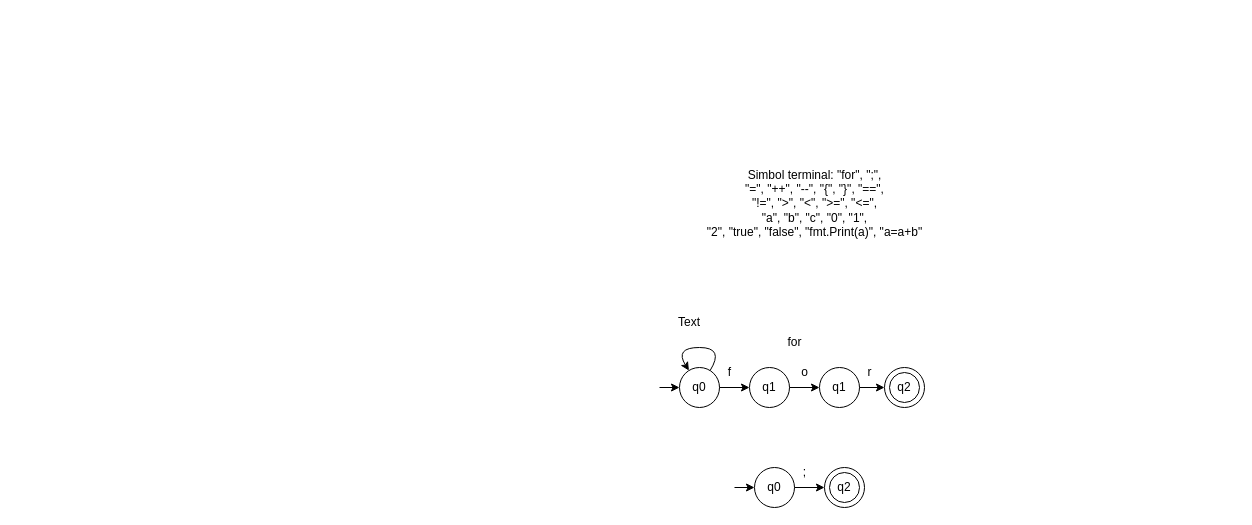
Above: finite_automata.drawio in Fikri645/tubes-tba (draw.io), before the change. Source tidied: cells renumbered, new cells numbered last; positions are measured from the earlier drawing's top-left corner, leaving out a move shared by most shapes. Both pictures are drawn from the tidied source at 100%, with x=0, y=0 at pixel (659, 147).
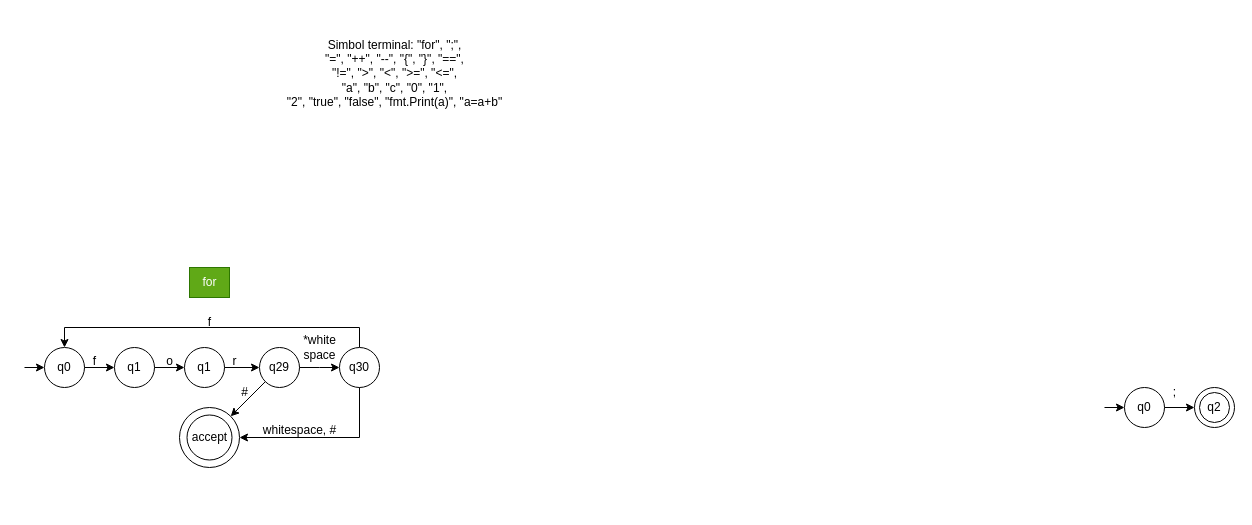
Above is the later version.

The edit, as a diff of the source:
```diff
@@
     <mxCell id="2" value="q0" style="ellipse;whiteSpace=wrap;html=1;" parent="1" vertex="1">
-      <mxGeometry x="20" y="220" width="40" height="40" as="geometry" />
+      <mxGeometry x="-615" y="200" width="40" height="40" as="geometry" />
     </mxCell>
     <mxCell id="3" value="q1" style="ellipse;whiteSpace=wrap;html=1;" parent="1" vertex="1">
-      <mxGeometry x="90" y="220" width="40" height="40" as="geometry" />
+      <mxGeometry x="-545" y="200" width="40" height="40" as="geometry" />
     </mxCell>
-    <mxCell id="4" style="group;" parent="1" vertex="1">
-      <mxGeometry x="225" y="220" width="40" height="40" as="geometry" />
-    </mxCell>
-    <mxCell id="5" style="ellipse;whiteSpace=wrap;html=1;" parent="4" vertex="1">
-      <mxGeometry width="40" height="40" as="geometry" />
-    </mxCell>
-    <mxCell id="6" value="q2" style="ellipse;whiteSpace=wrap;html=1;" parent="4" vertex="1">
-      <mxGeometry x="5" y="5" width="30" height="30" as="geometry" />
-    </mxCell>
     <mxCell id="7" style="endArrow=classic;html=1;rounded=0;" parent="1" edge="1" source="2">
       <mxGeometry relative="1" as="geometry">
-        <mxPoint x="90" y="240" as="targetPoint" />
+        <mxPoint x="-545" y="220" as="targetPoint" />
       </mxGeometry>
     </mxCell>
     <mxCell id="8" value="f" style="text;html=1;align=center;verticalAlign=middle;strokeColor=none;fillColor=none;" parent="1" vertex="1">
-      <mxGeometry x="55" y="210" width="30" height="30" as="geometry" />
+      <mxGeometry x="-580" y="199" width="30" height="30" as="geometry" />
     </mxCell>
-    <mxCell id="9" value="for" style="text;html=1;align=center;verticalAlign=middle;strokeColor=none;fillColor=none;" parent="1" vertex="1">
-      <mxGeometry x="115" y="180" width="40" height="30" as="geometry" />
+    <mxCell id="9" value="for" style="text;html=1;align=center;verticalAlign=middle;strokeColor=#2D7600;fillColor=#60a917;fontColor=#ffffff;" parent="1" vertex="1">
+      <mxGeometry x="-470" y="120" width="40" height="30" as="geometry" />
     </mxCell>
     <mxCell id="10" style="endArrow=classic;html=1;rounded=0;" parent="1" edge="1" target="2">
       <mxGeometry relative="1" as="geometry">
-        <mxPoint y="240" as="sourcePoint" />
+        <mxPoint x="-635" y="220" as="sourcePoint" />
       </mxGeometry>
     </mxCell>
@@
     <mxCell id="12" value="o" style="text;html=1;align=center;verticalAlign=middle;strokeColor=none;fillColor=none;" parent="1" vertex="1">
-      <mxGeometry x="130" y="210" width="30" height="30" as="geometry" />
+      <mxGeometry x="-505" y="199" width="30" height="30" as="geometry" />
     </mxCell>
     <mxCell id="13" value="q1" style="ellipse;whiteSpace=wrap;html=1;" parent="1" vertex="1">
-      <mxGeometry x="160" y="220" width="40" height="40" as="geometry" />
+      <mxGeometry x="-475" y="200" width="40" height="40" as="geometry" />
     </mxCell>
-    <mxCell id="14" style="endArrow=classic;html=1;rounded=0;" parent="1" edge="1" source="13" target="5">
+    <mxCell id="14" style="endArrow=classic;html=1;rounded=0;" parent="1" edge="1" source="13" target="26">
       <mxGeometry relative="1" as="geometry" />
     </mxCell>
     <mxCell id="15" value="r" style="text;html=1;align=center;verticalAlign=middle;strokeColor=none;fillColor=none;" parent="1" vertex="1">
-      <mxGeometry x="195" y="210" width="30" height="30" as="geometry" />
+      <mxGeometry x="-440" y="199" width="30" height="30" as="geometry" />
     </mxCell>
     <mxCell id="16" value="q0" style="ellipse;whiteSpace=wrap;html=1;" parent="1" vertex="1">
-      <mxGeometry x="95" y="320" width="40" height="40" as="geometry" />
+      <mxGeometry x="465" y="240" width="40" height="40" as="geometry" />
     </mxCell>
     <mxCell id="17" style="group;" parent="1" vertex="1">
-      <mxGeometry x="165" y="320" width="40" height="40" as="geometry" />
+      <mxGeometry x="535" y="240" width="40" height="40" as="geometry" />
     </mxCell>
@@
     <mxCell id="21" value=";" style="text;html=1;align=center;verticalAlign=middle;strokeColor=none;fillColor=none;" parent="1" vertex="1">
-      <mxGeometry x="130" y="310" width="30" height="30" as="geometry" />
+      <mxGeometry x="500" y="230" width="30" height="30" as="geometry" />
     </mxCell>
     <mxCell id="22" style="endArrow=classic;html=1;rounded=0;" parent="1" edge="1" target="16">
       <mxGeometry relative="1" as="geometry">
-        <mxPoint x="75" y="340" as="sourcePoint" />
+        <mxPoint x="445" y="260" as="sourcePoint" />
       </mxGeometry>
     </mxCell>
     <mxCell id="23" value="&lt;p style=&quot;margin-bottom:0cm&quot; class=&quot;MsoNormal&quot;&gt;Simbol terminal: &quot;for&quot;, &quot;;&quot;,&lt;br/&gt;&quot;=&quot;, &quot;++&quot;, &quot;--&quot;, &quot;{&quot;, &quot;}&quot;, &quot;==&quot;,&lt;br/&gt;&quot;!=&quot;, &quot;&amp;gt;&quot;, &quot;&amp;lt;&quot;, &quot;&amp;gt;=&quot;, &quot;&amp;lt;=&quot;,&lt;br/&gt;&quot;a&quot;, &quot;b&quot;, &quot;c&quot;, &quot;0&quot;, &quot;1&quot;,&lt;br/&gt;&quot;2&quot;, &quot;true&quot;, &quot;false&quot;, &quot;fmt.Print(a)&quot;, &quot;a=a+b&quot;&lt;/p&gt;" style="text;html=1;align=center;verticalAlign=middle;strokeColor=none;fillColor=none;" parent="1" vertex="1">
-      <mxGeometry x="35" width="240" height="100" as="geometry" />
+      <mxGeometry x="-385" y="-130" width="240" height="100" as="geometry" />
     </mxCell>
-    <mxCell id="24" style="curved=1;endArrow=classic;html=1;rounded=0;" parent="1" edge="1" source="2" target="2">
-      <mxGeometry relative="1" as="geometry">
-        <Array as="points">
-          <mxPoint x="65" y="200" />
-          <mxPoint x="15" y="200" />
-        </Array>
-      </mxGeometry>
-    </mxCell>
-    <mxCell id="25" value="Text" style="text;html=1;strokeColor=none;fillColor=none;align=center;verticalAlign=middle;whiteSpace=wrap;rounded=0;" parent="1" vertex="1">
-      <mxGeometry y="160" width="60" height="30" as="geometry" />
-    </mxCell>
+    <mxCell id="26" value="q29" style="ellipse;whiteSpace=wrap;html=1;" parent="1" vertex="1">
+      <mxGeometry x="-400" y="200" width="40" height="40" as="geometry" />
+    </mxCell>
+    <mxCell id="27" style="endArrow=classic;html=1;rounded=0;" parent="1" edge="1" source="26" target="35">
+      <mxGeometry relative="1" as="geometry">
+        <Array as="points">
+          <mxPoint x="-340" y="220" />
+        </Array>
+      </mxGeometry>
+    </mxCell>
+    <mxCell id="28" value="*white&lt;br&gt;space" style="text;html=1;align=center;verticalAlign=middle;strokeColor=none;fillColor=none;" parent="1" vertex="1">
+      <mxGeometry x="-370" y="180" width="60" height="40" as="geometry" />
+    </mxCell>
+    <mxCell id="29" style="endArrow=classic;html=1;rounded=0;" parent="1" edge="1" source="35" target="2">
+      <mxGeometry relative="1" as="geometry">
+        <Array as="points">
+          <mxPoint x="-300" y="180" />
+          <mxPoint x="-595" y="180" />
+        </Array>
+      </mxGeometry>
+    </mxCell>
+    <mxCell id="30" value="f" style="text;html=1;align=center;verticalAlign=middle;strokeColor=none;fillColor=none;" parent="1" vertex="1">
+      <mxGeometry x="-465" y="160" width="30" height="30" as="geometry" />
+    </mxCell>
+    <mxCell id="31" style="group;" parent="1" vertex="1">
+      <mxGeometry x="-480" y="260" width="60" height="60" as="geometry" />
+    </mxCell>
+    <mxCell id="32" style="ellipse;whiteSpace=wrap;html=1;" parent="31" vertex="1">
+      <mxGeometry width="60" height="60" as="geometry" />
+    </mxCell>
+    <mxCell id="33" value="accept" style="ellipse;whiteSpace=wrap;html=1;" parent="31" vertex="1">
+      <mxGeometry x="7.5" y="7.5" width="45" height="45" as="geometry" />
+    </mxCell>
+    <mxCell id="34" style="endArrow=classic;html=1;rounded=0;" parent="1" edge="1" source="26" target="32">
+      <mxGeometry relative="1" as="geometry" />
+    </mxCell>
+    <mxCell id="35" value="q30" style="ellipse;whiteSpace=wrap;html=1;" parent="1" vertex="1">
+      <mxGeometry x="-320" y="200" width="40" height="40" as="geometry" />
+    </mxCell>
+    <mxCell id="36" value="#" style="text;html=1;align=center;verticalAlign=middle;strokeColor=none;fillColor=none;" parent="1" vertex="1">
+      <mxGeometry x="-430" y="230" width="30" height="30" as="geometry" />
+    </mxCell>
+    <mxCell id="37" style="endArrow=classic;html=1;rounded=0;" parent="1" edge="1" source="35" target="32">
+      <mxGeometry relative="1" as="geometry">
+        <Array as="points">
+          <mxPoint x="-300" y="290" />
+        </Array>
+      </mxGeometry>
+    </mxCell>
+    <mxCell id="38" value="whitespace, #" style="text;html=1;align=center;verticalAlign=middle;strokeColor=none;fillColor=none;" parent="1" vertex="1">
+      <mxGeometry x="-410" y="268" width="100" height="30" as="geometry" />
+    </mxCell>
```
